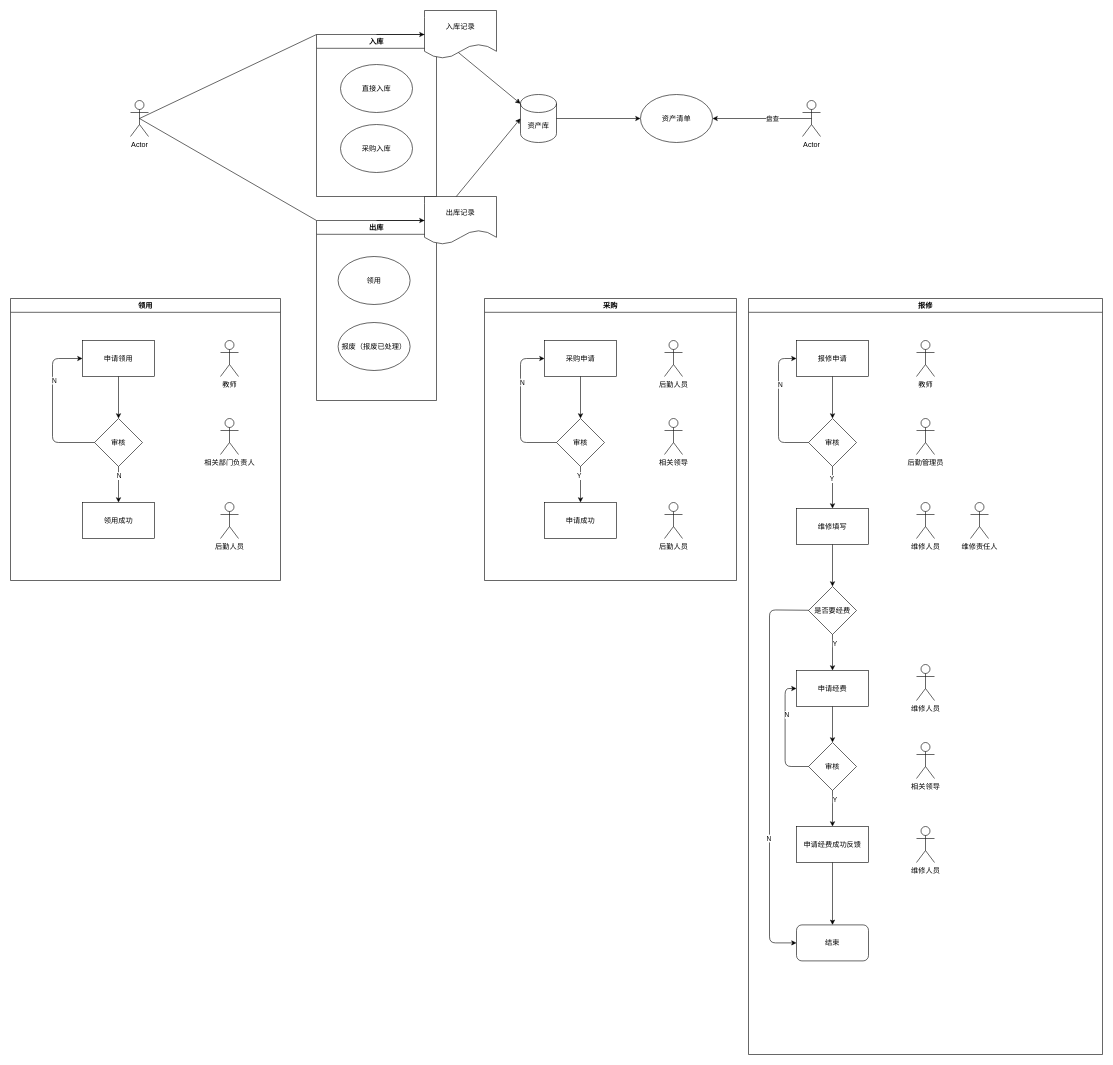
This is page "资产管理子系统" (2 of 2) of 未命名绘图.drawio from yvlo/drawio, a draw.io file, before an edit. Source tidied: cells renumbered, new cells numbered last; positions are measured from the earlier drawing's top-left corner, leaving out a move shared by most shapes. Both pictures are drawn from the tidied source at 60%, with x=0, y=0 at pixel (10, 10).
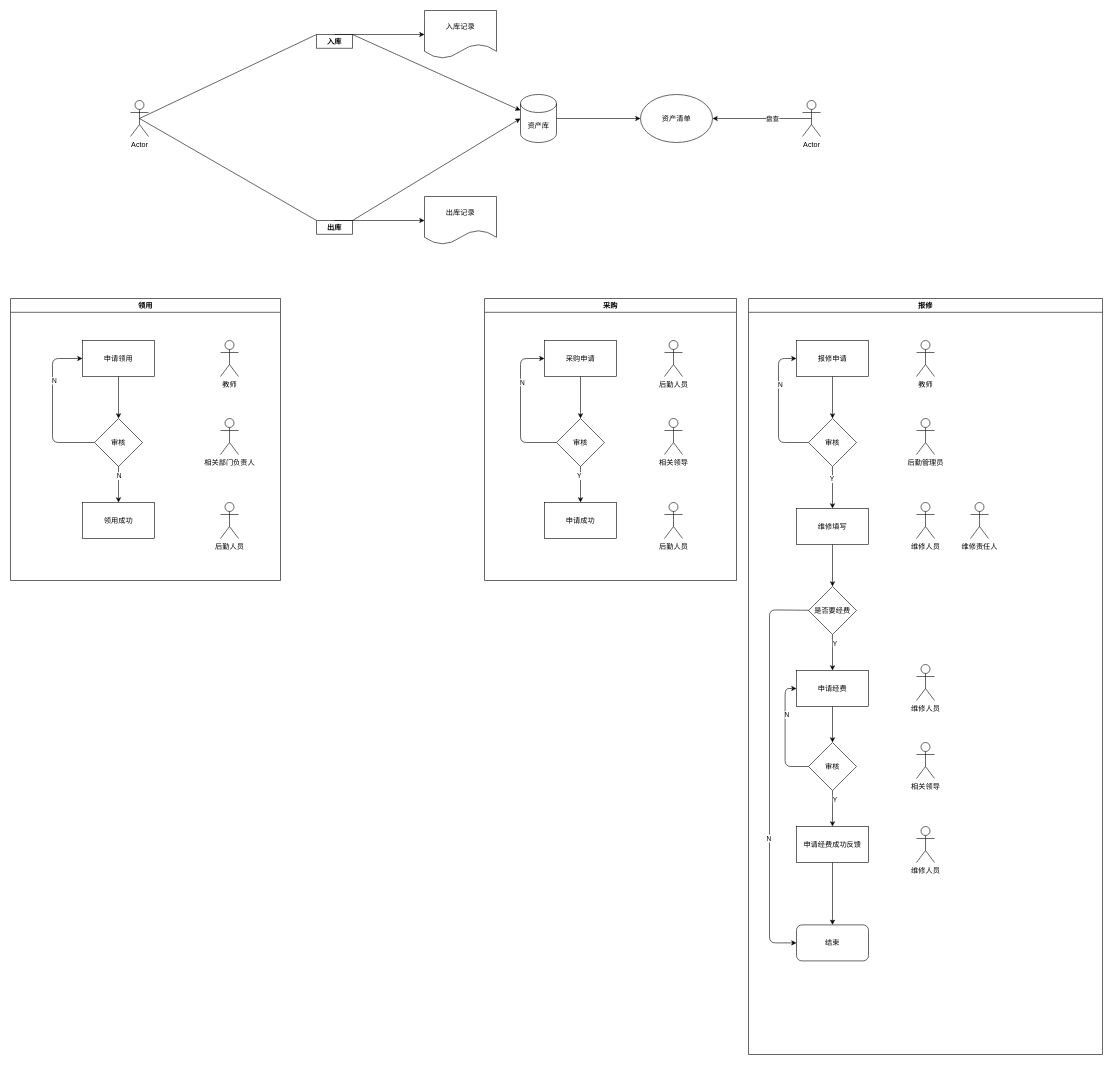
The same diagram, later.

Commit message:
更新未命名绘图.drawio

What changed in the source:
```diff
@@
-    <mxCell id="10" value="入库" style="swimlane;startSize=23;" parent="1" vertex="1">
-      <mxGeometry x="510" y="40" width="200" height="270" as="geometry" />
+    <mxCell id="10" value="入库" style="swimlane;startSize=23;" parent="1" vertex="1" collapsed="1">
+      <mxGeometry x="510" y="40" width="60" height="23" as="geometry" />
     </mxCell>
-    <mxCell id="11" value="直接入库" style="ellipse;whiteSpace=wrap;html=1;" parent="10" vertex="1">
-      <mxGeometry x="40" y="50" width="120" height="80" as="geometry" />
-    </mxCell>
-    <mxCell id="12" value="采购入库" style="ellipse;whiteSpace=wrap;html=1;" parent="10" vertex="1">
-      <mxGeometry x="40" y="150" width="120" height="80" as="geometry" />
-    </mxCell>
-    <mxCell id="13" value="出库" style="swimlane;startSize=23;" parent="1" vertex="1">
-      <mxGeometry x="510" y="350" width="200" height="300" as="geometry" />
+    <mxCell id="13" value="出库" style="swimlane;startSize=23;" parent="1" vertex="1" collapsed="1">
+      <mxGeometry x="510" y="350" width="60" height="23" as="geometry" />
     </mxCell>
-    <mxCell id="14" value="领用" style="ellipse;whiteSpace=wrap;html=1;" parent="13" vertex="1">
-      <mxGeometry x="36" y="60" width="120" height="80" as="geometry" />
-    </mxCell>
-    <mxCell id="15" value="报废（报废已处理）" style="ellipse;whiteSpace=wrap;html=1;" parent="13" vertex="1">
-      <mxGeometry x="36" y="170" width="120" height="80" as="geometry" />
-    </mxCell>
```
